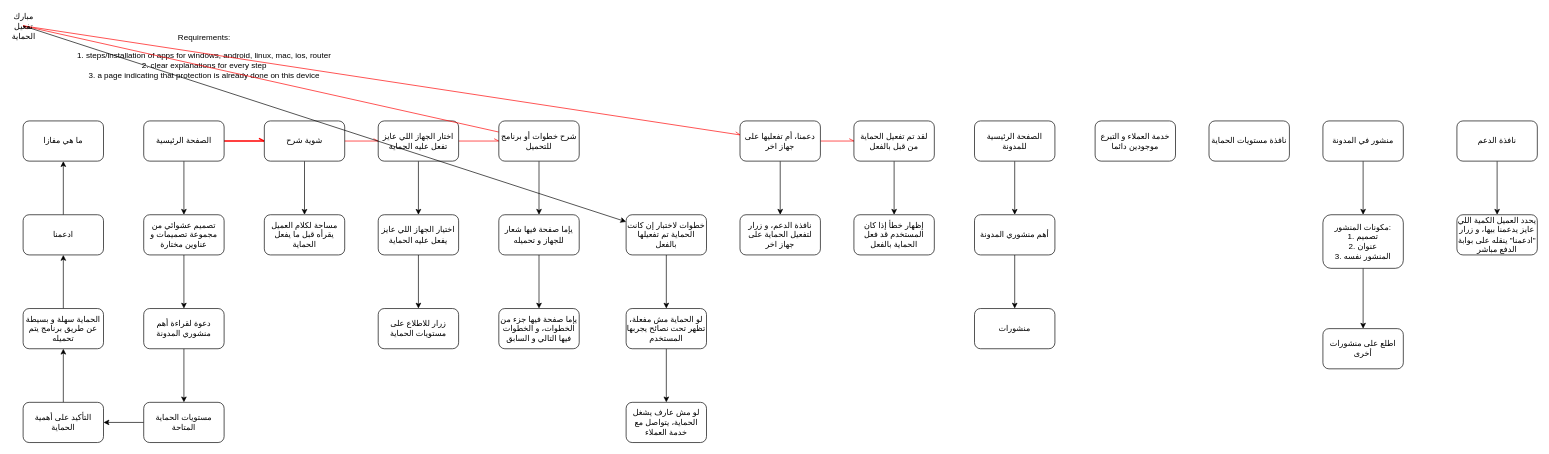
ahmed-elbehairy7/mafazaa-system-design keeps this draw.io diagram as page "website" (2 of 4) of ainaa.drawio. Above is the earlier version. Source tidied: cells renumbered, new cells numbered last; positions are measured from the earlier drawing's top-left corner, leaving out a move shared by most shapes. Both pictures are drawn from the tidied source at 67%, with x=0, y=0 at pixel (23, 25).
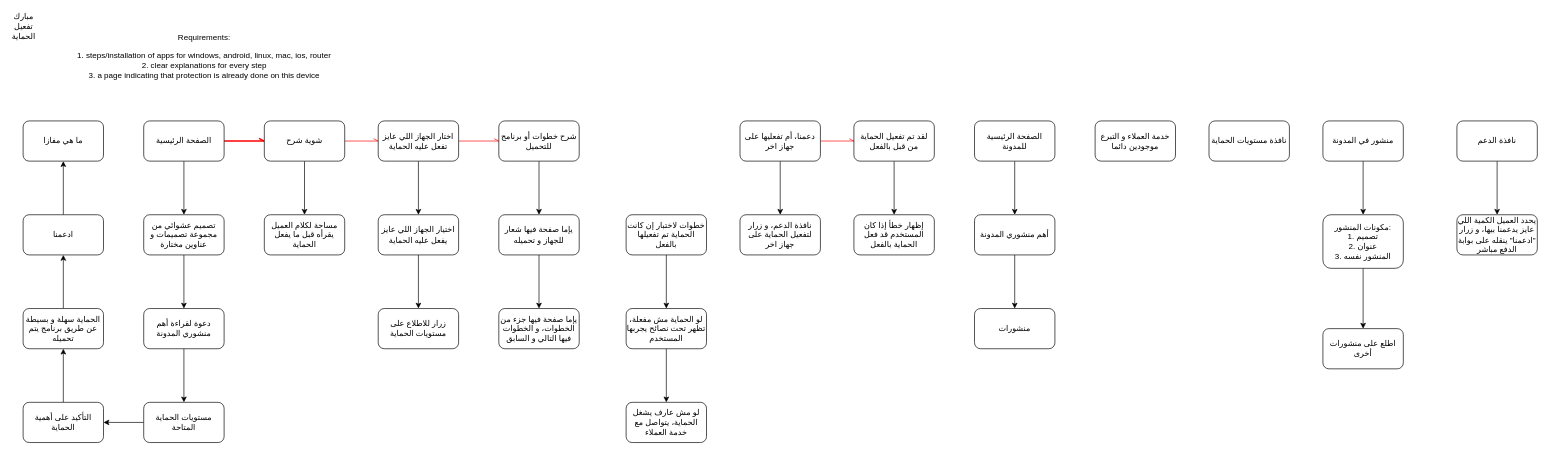
After the change.

Unchanged cells that the change refers to:
```xml
<mxCell id="14" value="شرح خطوات أو برنامج للتحميل" style="rounded=1;whiteSpace=wrap;html=1;" parent="1" vertex="1">
  <mxGeometry x="710" y="142" width="120" height="60" as="geometry" />
</mxCell>
<mxCell id="17" value="دعمنا، أم تفعليها على جهاز اخر" style="rounded=1;whiteSpace=wrap;html=1;" parent="1" vertex="1">
  <mxGeometry x="1070" y="142" width="120" height="60" as="geometry" />
</mxCell>
<mxCell id="61" value="خطوات لاختبار إن كانت الحماية تم تفعيلها بالفعل" style="whiteSpace=wrap;html=1;rounded=1;" parent="1" vertex="1">
  <mxGeometry x="900" y="282" width="120" height="60" as="geometry" />
</mxCell>
```

The edit, as a diff of the source:
```diff
@@
-    <mxCell id="12" style="edgeStyle=none;html=1;strokeColor=light-dark(#ff0000, #ededed);endArrow=openAsync;endFill=0;entryX=0;entryY=0.5;entryDx=0;entryDy=0;" parent="1" edge="1" source="14" target="59">
-      <mxGeometry relative="1" as="geometry" />
-    </mxCell>
@@
-    <mxCell id="57" style="edgeStyle=none;html=1;" parent="1" edge="1" source="59" target="61">
-      <mxGeometry relative="1" as="geometry" />
-    </mxCell>
-    <mxCell id="58" style="edgeStyle=none;html=1;exitX=1;exitY=0.5;exitDx=0;exitDy=0;strokeColor=light-dark(#ff0000, #ededed);endArrow=openAsync;endFill=0;" parent="1" edge="1" source="59" target="17">
-      <mxGeometry relative="1" as="geometry" />
-    </mxCell>
```
